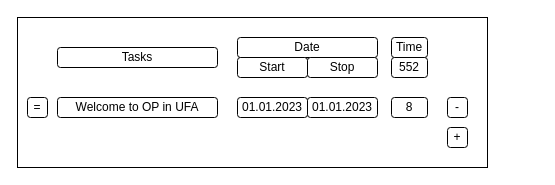
The draw.io diagram page "ПКР" (7 of 7) of Untitled Diagram.drawio in knorke102/schemes, before the edit. Source tidied: cells renumbered, new cells numbered last; positions are measured from the earlier drawing's top-left corner, leaving out a move shared by most shapes. Both pictures are drawn from the tidied source at 100%, with x=0, y=0 at pixel (17, 17).
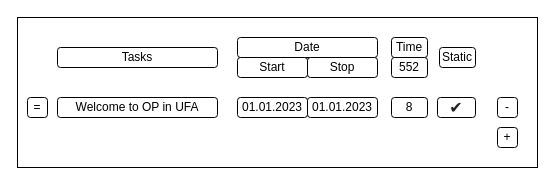
The same diagram, later.

The edit, as a diff of the source:
```diff
@@
 <mxGraphModel>
   <root>
     <mxCell id="0" />
     <mxCell id="1" parent="0" />
     <mxCell id="2" style="rounded=0;whiteSpace=wrap;html=1;" parent="1" vertex="1">
-      <mxGeometry width="470" height="150" as="geometry" />
+      <mxGeometry width="520" height="150" as="geometry" />
     </mxCell>
     <mxCell id="3" value="Welcome to OP in UFA" style="rounded=1;whiteSpace=wrap;html=1;" parent="1" vertex="1">
       <mxGeometry x="40" y="80" width="160" height="20" as="geometry" />
     </mxCell>
     <mxCell id="4" value="=" style="rounded=1;whiteSpace=wrap;html=1;" parent="1" vertex="1">
       <mxGeometry x="10" y="80" width="20" height="20" as="geometry" />
     </mxCell>
     <mxCell id="5" value="01.01.2023" style="rounded=1;whiteSpace=wrap;html=1;" parent="1" vertex="1">
       <mxGeometry x="220" y="80" width="70" height="20" as="geometry" />
     </mxCell>
     <mxCell id="6" value="Tasks" style="rounded=1;whiteSpace=wrap;html=1;verticalAlign=middle;" parent="1" vertex="1">
       <mxGeometry x="40" y="30" width="160" height="20" as="geometry" />
     </mxCell>
     <mxCell id="7" value="Date" style="rounded=1;whiteSpace=wrap;html=1;" parent="1" vertex="1">
       <mxGeometry x="220" y="20" width="140" height="20" as="geometry" />
     </mxCell>
     <mxCell id="8" value="Start" style="rounded=1;whiteSpace=wrap;html=1;" parent="1" vertex="1">
       <mxGeometry x="220" y="40" width="70" height="20" as="geometry" />
     </mxCell>
     <mxCell id="9" value="Stop" style="rounded=1;whiteSpace=wrap;html=1;" parent="1" vertex="1">
       <mxGeometry x="290" y="40" width="70" height="20" as="geometry" />
     </mxCell>
     <mxCell id="10" value="01.01.2023" style="rounded=1;whiteSpace=wrap;html=1;" parent="1" vertex="1">
       <mxGeometry x="290" y="80" width="70" height="20" as="geometry" />
     </mxCell>
     <mxCell id="11" value="Time" style="rounded=1;whiteSpace=wrap;html=1;verticalAlign=middle;" parent="1" vertex="1">
       <mxGeometry x="374" y="20" width="36" height="20" as="geometry" />
     </mxCell>
     <mxCell id="12" value="8" style="rounded=1;whiteSpace=wrap;html=1;" parent="1" vertex="1">
       <mxGeometry x="374" y="80" width="36" height="20" as="geometry" />
     </mxCell>
     <mxCell id="13" value="+" style="rounded=1;whiteSpace=wrap;html=1;" parent="1" vertex="1">
-      <mxGeometry x="430" y="110" width="20" height="20" as="geometry" />
+      <mxGeometry x="480" y="110" width="20" height="20" as="geometry" />
     </mxCell>
-    <mxCell id="14" value="-" style="rounded=1;whiteSpace=wrap;html=1;" parent="1" vertex="1">
-      <mxGeometry x="430" y="80" width="20" height="20" as="geometry" />
+    <mxCell id="14" value="&lt;span style=&quot;color: rgb(32, 33, 34); font-family: sans-serif; text-align: left; background-color: rgb(255, 255, 255);&quot;&gt;&lt;font style=&quot;font-size: 16px;&quot;&gt;✔&lt;/font&gt;&lt;/span&gt;" style="rounded=1;whiteSpace=wrap;html=1;" parent="1" vertex="1">
+      <mxGeometry x="420" y="80" width="38" height="20" as="geometry" />
     </mxCell>
     <mxCell id="15" value="552" style="rounded=1;whiteSpace=wrap;html=1;verticalAlign=middle;" parent="1" vertex="1">
       <mxGeometry x="374" y="40" width="36" height="20" as="geometry" />
     </mxCell>
+    <mxCell id="16" value="-" style="rounded=1;whiteSpace=wrap;html=1;" parent="1" vertex="1">
+      <mxGeometry x="480" y="80" width="20" height="20" as="geometry" />
+    </mxCell>
+    <mxCell id="17" value="Static" style="rounded=1;whiteSpace=wrap;html=1;verticalAlign=middle;" parent="1" vertex="1">
+      <mxGeometry x="422" y="30" width="36" height="20" as="geometry" />
+    </mxCell>
   </root>
 </mxGraphModel>
```
